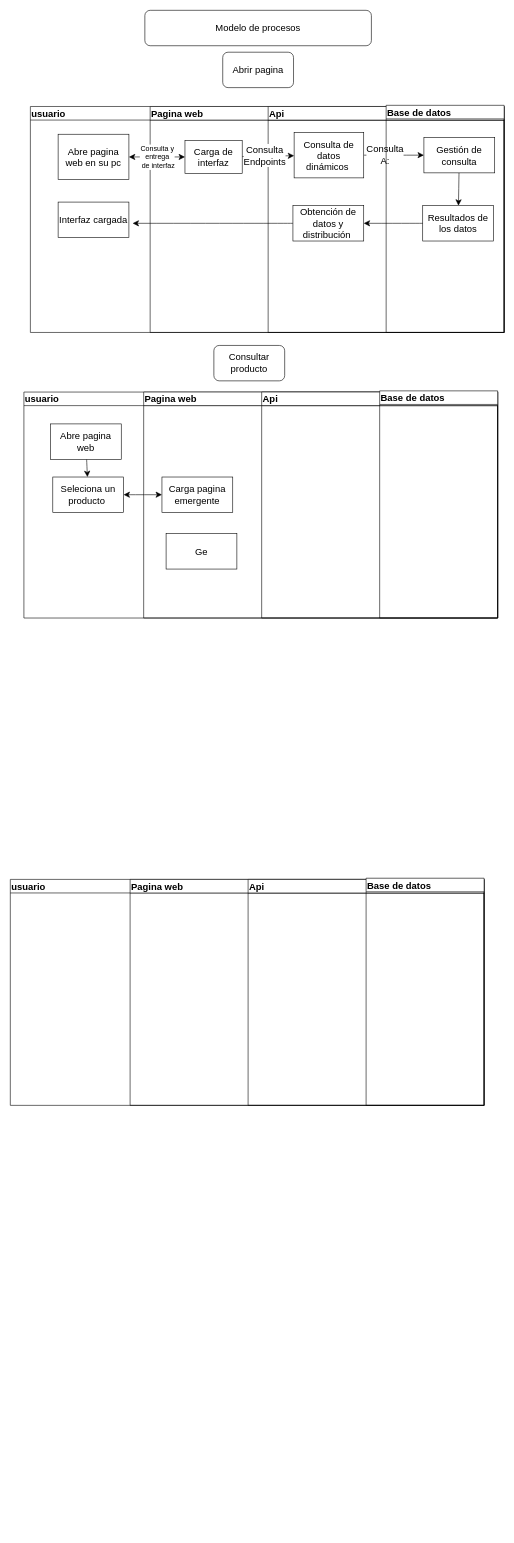
The draw.io diagram Diagrama sin título.drawio in williansbriones/base_de_datos_clases, before the edit. Source tidied: cells renumbered, new cells numbered last; positions are measured from the earlier drawing's top-left corner, leaving out a move shared by most shapes. Both pictures are drawn from the tidied source at 59%, with x=0, y=0 at pixel (10, 10).
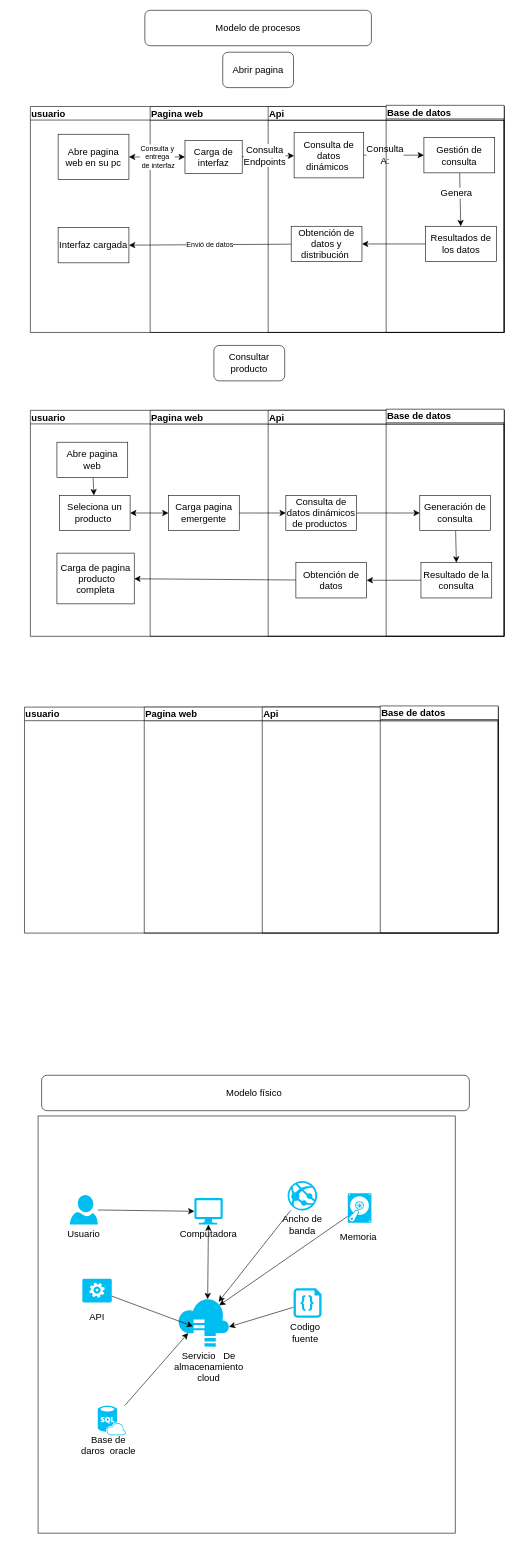
The same diagram, later.

Unchanged cells that the change refers to:
```xml
<mxCell id="3" value="Pagina web" style="swimlane;whiteSpace=wrap;html=1;fontSize=16;align=left;" parent="2" vertex="1">
  <mxGeometry x="203" width="600" height="383" as="geometry" />
</mxCell>
<mxCell id="4" value="Api" style="swimlane;whiteSpace=wrap;html=1;fontSize=16;align=left;" parent="3" vertex="1">
  <mxGeometry x="200" width="400" height="383" as="geometry" />
</mxCell>
<mxCell id="5" value="Base de datos" style="swimlane;whiteSpace=wrap;html=1;fontSize=16;align=left;" parent="4" vertex="1">
  <mxGeometry x="200" y="-2" width="200" height="385" as="geometry" />
</mxCell>
<mxCell id="6" value="Carga pagina emergente" style="rounded=0;whiteSpace=wrap;html=1;fontSize=16;" parent="3" vertex="1">
  <mxGeometry x="31" y="144" width="120" height="60" as="geometry" />
</mxCell>
<mxCell id="13" value="&lt;div style=&quot;&quot;&gt;usuario&lt;/div&gt;" style="swimlane;whiteSpace=wrap;html=1;fontSize=16;align=left;" parent="1" vertex="1">
  <mxGeometry x="34" y="163" width="803" height="383" as="geometry" />
</mxCell>
<mxCell id="15" value="Api" style="swimlane;whiteSpace=wrap;html=1;fontSize=16;align=left;" parent="14" vertex="1">
  <mxGeometry x="200" width="400" height="383" as="geometry" />
</mxCell>
<mxCell id="18" value="Base de datos" style="swimlane;whiteSpace=wrap;html=1;fontSize=16;align=left;" parent="15" vertex="1">
  <mxGeometry x="200" y="-2" width="200" height="385" as="geometry" />
</mxCell>
<mxCell id="19" style="edgeStyle=none;curved=1;rounded=0;jettySize=auto;html=1;fontSize=12;startSize=8;endSize=8;" parent="18" edge="1" source="20" target="21">
  <mxGeometry relative="1" as="geometry" />
</mxCell>
```

The edit, as a diff of the source:
```diff
@@
     <mxCell id="2" value="&lt;div style=&quot;&quot;&gt;usuario&lt;/div&gt;" style="swimlane;whiteSpace=wrap;html=1;fontSize=16;align=left;" parent="1" vertex="1">
-      <mxGeometry x="23" y="647" width="803" height="383" as="geometry" />
+      <mxGeometry x="34" y="678" width="803" height="383" as="geometry" />
     </mxCell>
@@
+    <mxCell id="38" style="edgeStyle=none;curved=1;rounded=0;jettySize=auto;html=1;entryX=0.5;entryY=0;entryDx=0;entryDy=0;fontSize=12;startSize=8;endSize=8;" parent="5" edge="1" source="39" target="40">
+      <mxGeometry relative="1" as="geometry" />
+    </mxCell>
+    <mxCell id="39" value="Generación de consulta" style="rounded=0;whiteSpace=wrap;html=1;fontSize=16;" parent="5" vertex="1">
+      <mxGeometry x="57" y="146" width="120" height="60" as="geometry" />
+    </mxCell>
+    <mxCell id="40" value="Resultado de la consulta" style="rounded=0;whiteSpace=wrap;html=1;fontSize=16;" parent="5" vertex="1">
+      <mxGeometry x="59" y="260" width="120" height="60" as="geometry" />
+    </mxCell>
+    <mxCell id="41" style="edgeStyle=none;curved=1;rounded=0;jettySize=auto;html=1;entryX=0;entryY=0.5;entryDx=0;entryDy=0;fontSize=12;startSize=8;endSize=8;" parent="4" edge="1" source="7" target="39">
+      <mxGeometry relative="1" as="geometry" />
+    </mxCell>
+    <mxCell id="7" value="Consulta de datos dinámicos de productos&amp;nbsp;" style="rounded=0;whiteSpace=wrap;html=1;fontSize=16;" parent="4" vertex="1">
+      <mxGeometry x="30" y="144" width="120" height="60" as="geometry" />
+    </mxCell>
+    <mxCell id="42" value="Obtención de datos" style="rounded=0;whiteSpace=wrap;html=1;fontSize=16;" parent="4" vertex="1">
+      <mxGeometry x="47" y="258" width="120" height="60" as="geometry" />
+    </mxCell>
+    <mxCell id="43" style="edgeStyle=none;curved=1;rounded=0;jettySize=auto;html=1;fontSize=12;startSize=8;endSize=8;" parent="4" edge="1" source="40" target="42">
+      <mxGeometry relative="1" as="geometry" />
+    </mxCell>
+    <mxCell id="44" style="edgeStyle=none;curved=1;rounded=0;jettySize=auto;html=1;entryX=0;entryY=0.5;entryDx=0;entryDy=0;fontSize=12;startSize=8;endSize=8;" parent="3" edge="1" source="6" target="7">
+      <mxGeometry relative="1" as="geometry" />
+    </mxCell>
@@
-    <mxCell id="7" value="Ge" style="rounded=0;whiteSpace=wrap;html=1;fontSize=16;" parent="3" vertex="1">
-      <mxGeometry x="38" y="240" width="120" height="60" as="geometry" />
-    </mxCell>
@@
+    <mxCell id="45" value="Carga de pagina &amp;nbsp;producto completa" style="rounded=0;whiteSpace=wrap;html=1;fontSize=16;" parent="2" vertex="1">
+      <mxGeometry x="45" y="242" width="131" height="86" as="geometry" />
+    </mxCell>
+    <mxCell id="46" style="edgeStyle=none;curved=1;rounded=0;jettySize=auto;html=1;fontSize=12;startSize=8;endSize=8;" parent="2" edge="1" source="42" target="45">
+      <mxGeometry relative="1" as="geometry" />
+    </mxCell>
@@
+    <mxCell id="47" value="Genera" style="edgeLabel;html=1;align=center;verticalAlign=middle;fontSize=16;" parent="19" vertex="1">
+      <mxGeometry x="-0.25" y="-7" relative="1" as="geometry" />
+    </mxCell>
@@
     <mxCell id="21" value="Resultados de los datos" style="rounded=0;whiteSpace=wrap;html=1;fontSize=16;" parent="18" vertex="1">
-      <mxGeometry x="62" y="170" width="120" height="60" as="geometry" />
+      <mxGeometry x="67" y="205" width="120" height="60" as="geometry" />
     </mxCell>
@@
-    <mxCell id="23" style="edgeStyle=none;curved=1;rounded=0;jettySize=auto;html=1;fontSize=12;startSize=8;endSize=8;" parent="15" edge="1" source="24">
-      <mxGeometry relative="1" as="geometry">
-        <mxPoint x="-229.7" y="198" as="targetPoint" />
-      </mxGeometry>
-    </mxCell>
     <mxCell id="24" value="Obtención de datos y distribución&amp;nbsp;" style="rounded=0;whiteSpace=wrap;html=1;fontSize=16;" parent="15" vertex="1">
-      <mxGeometry x="42" y="168" width="120" height="60" as="geometry" />
+      <mxGeometry x="39" y="203" width="120" height="60" as="geometry" />
     </mxCell>
@@
     <mxCell id="31" value="Interfaz cargada" style="rounded=0;whiteSpace=wrap;html=1;fontSize=16;" parent="13" vertex="1">
-      <mxGeometry x="47" y="162" width="120" height="60" as="geometry" />
+      <mxGeometry x="47" y="205" width="120" height="60" as="geometry" />
     </mxCell>
+    <mxCell id="23" value="Envió de datos" style="edgeStyle=none;curved=1;rounded=0;jettySize=auto;html=1;fontSize=12;startSize=8;endSize=8;entryX=1;entryY=0.5;entryDx=0;entryDy=0;" parent="13" edge="1" source="24" target="31">
+      <mxGeometry relative="1" as="geometry" />
+    </mxCell>
@@
     <mxCell id="34" value="&lt;div style=&quot;&quot;&gt;usuario&lt;/div&gt;" style="swimlane;whiteSpace=wrap;html=1;fontSize=16;align=left;" parent="1" vertex="1">
-      <mxGeometry y="1473" width="803" height="383" as="geometry" />
+      <mxGeometry x="24" y="1181" width="803" height="383" as="geometry" />
     </mxCell>
@@
+    <mxCell id="48" value="Modelo físico&amp;nbsp;" style="rounded=1;whiteSpace=wrap;html=1;fontSize=16;" parent="1" vertex="1">
+      <mxGeometry x="53" y="1805" width="725" height="60" as="geometry" />
+    </mxCell>
+    <mxCell id="49" style="whiteSpace=wrap;html=1;fontSize=16;" parent="1" vertex="1">
+      <mxGeometry x="47" y="1874" width="707" height="707" as="geometry" />
+    </mxCell>
+    <mxCell id="50" value="Usuario" style="text;html=1;strokeColor=none;fillColor=none;align=center;verticalAlign=middle;whiteSpace=wrap;rounded=0;fontSize=16;" parent="1" vertex="1">
+      <mxGeometry x="91" y="2060" width="67" height="26" as="geometry" />
+    </mxCell>
+    <mxCell id="51" value="Computadora" style="text;html=1;strokeColor=none;fillColor=none;align=center;verticalAlign=middle;whiteSpace=wrap;rounded=0;fontSize=16;" parent="1" vertex="1">
+      <mxGeometry x="306" y="2058" width="60" height="30" as="geometry" />
+    </mxCell>
+    <mxCell id="52" style="edgeStyle=none;curved=1;rounded=0;jettySize=auto;html=1;entryX=0.58;entryY=0.02;entryDx=0;entryDy=0;entryPerimeter=0;fontSize=12;startSize=8;endSize=8;startArrow=classic;startFill=1;" parent="1" edge="1" source="53" target="56">
+      <mxGeometry relative="1" as="geometry" />
+    </mxCell>
+    <mxCell id="53" style="verticalLabelPosition=bottom;html=1;verticalAlign=top;align=center;strokeColor=none;fillColor=#00BEF2;shape=mxgraph.azure.computer;fontSize=16;" parent="1" vertex="1">
+      <mxGeometry x="312" y="2013" width="48" height="45" as="geometry" />
+    </mxCell>
+    <mxCell id="54" style="edgeStyle=none;curved=1;rounded=0;jettySize=auto;html=1;entryX=0;entryY=0.5;entryDx=0;entryDy=0;entryPerimeter=0;fontSize=12;startSize=8;endSize=8;" parent="1" edge="1" source="55" target="53">
+      <mxGeometry relative="1" as="geometry" />
+    </mxCell>
+    <mxCell id="55" style="verticalLabelPosition=bottom;html=1;verticalAlign=top;align=center;strokeColor=none;fillColor=#00BEF2;shape=mxgraph.azure.user;fontSize=16;" parent="1" vertex="1">
+      <mxGeometry x="100.8" y="2008" width="47.5" height="50" as="geometry" />
+    </mxCell>
+    <mxCell id="56" style="verticalLabelPosition=bottom;html=1;verticalAlign=top;align=center;strokeColor=none;fillColor=#00BEF2;shape=mxgraph.azure.storsimple;fontSize=16;" parent="1" vertex="1">
+      <mxGeometry x="284" y="2183" width="87" height="82" as="geometry" />
+    </mxCell>
+    <mxCell id="57" value="Servicio &amp;nbsp; De almacenamiento cloud" style="text;html=1;strokeColor=none;fillColor=none;align=center;verticalAlign=middle;whiteSpace=wrap;rounded=0;fontSize=16;" parent="1" vertex="1">
+      <mxGeometry x="275.5" y="2268" width="121" height="61" as="geometry" />
+    </mxCell>
+    <mxCell id="58" style="edgeStyle=none;curved=1;rounded=0;jettySize=auto;html=1;entryX=0.2;entryY=0.72;entryDx=0;entryDy=0;entryPerimeter=0;fontSize=12;startSize=8;endSize=8;" parent="1" edge="1" source="59" target="56">
+      <mxGeometry relative="1" as="geometry" />
+    </mxCell>
+    <mxCell id="59" style="verticalLabelPosition=bottom;html=1;verticalAlign=top;align=center;strokeColor=none;fillColor=#00BEF2;shape=mxgraph.azure.sql_database_sql_azure;fontSize=16;" parent="1" vertex="1">
+      <mxGeometry x="148.2" y="2365" width="47.5" height="50" as="geometry" />
+    </mxCell>
+    <mxCell id="60" value="Base de daros &amp;nbsp;oracle" style="text;html=1;strokeColor=none;fillColor=none;align=center;verticalAlign=middle;whiteSpace=wrap;rounded=0;fontSize=16;" parent="1" vertex="1">
+      <mxGeometry x="118" y="2415" width="97" height="33" as="geometry" />
+    </mxCell>
+    <mxCell id="61" style="edgeStyle=none;curved=1;rounded=0;jettySize=auto;html=1;fontSize=12;startSize=8;endSize=8;entryX=0.995;entryY=0.59;entryDx=0;entryDy=0;entryPerimeter=0;" parent="1" edge="1" source="62" target="56">
+      <mxGeometry relative="1" as="geometry" />
+    </mxCell>
+    <mxCell id="62" style="verticalLabelPosition=bottom;html=1;verticalAlign=top;align=center;strokeColor=none;fillColor=#00BEF2;shape=mxgraph.azure.code_file;fontSize=16;" parent="1" vertex="1">
+      <mxGeometry x="480" y="2166" width="47.5" height="50" as="geometry" />
+    </mxCell>
+    <mxCell id="63" value="Codigo fuente" style="text;html=1;strokeColor=none;fillColor=none;align=center;verticalAlign=middle;whiteSpace=wrap;rounded=0;fontSize=16;" parent="1" vertex="1">
+      <mxGeometry x="470" y="2226" width="60" height="30" as="geometry" />
+    </mxCell>
+    <mxCell id="64" style="edgeStyle=none;curved=1;rounded=0;jettySize=auto;html=1;fontSize=12;startSize=8;endSize=8;" parent="1" edge="1" source="65">
+      <mxGeometry relative="1" as="geometry">
+        <mxPoint x="309.5" y="2230.5" as="targetPoint" />
+      </mxGeometry>
+    </mxCell>
+    <mxCell id="65" style="verticalLabelPosition=bottom;html=1;verticalAlign=top;align=center;strokeColor=none;fillColor=#00BEF2;shape=mxgraph.azure.worker_role;fontSize=16;" parent="1" vertex="1">
+      <mxGeometry x="122" y="2150" width="50" height="40" as="geometry" />
+    </mxCell>
+    <mxCell id="66" value="API" style="text;html=1;strokeColor=none;fillColor=none;align=center;verticalAlign=middle;whiteSpace=wrap;rounded=0;fontSize=16;" parent="1" vertex="1">
+      <mxGeometry x="117" y="2199" width="60" height="30" as="geometry" />
+    </mxCell>
+    <mxCell id="67" style="edgeStyle=none;curved=1;rounded=0;jettySize=auto;html=1;fontSize=12;startSize=8;endSize=8;" parent="1" edge="1" source="68">
+      <mxGeometry relative="1" as="geometry">
+        <mxPoint x="354" y="2195" as="targetPoint" />
+      </mxGeometry>
+    </mxCell>
+    <mxCell id="68" style="verticalLabelPosition=bottom;html=1;verticalAlign=top;align=center;strokeColor=none;fillColor=#00BEF2;shape=mxgraph.azure.vhd;fontSize=16;" parent="1" vertex="1">
+      <mxGeometry x="572" y="2005" width="40" height="50" as="geometry" />
+    </mxCell>
+    <mxCell id="69" value="Memoria" style="text;html=1;strokeColor=none;fillColor=none;align=center;verticalAlign=middle;whiteSpace=wrap;rounded=0;fontSize=16;" parent="1" vertex="1">
+      <mxGeometry x="560" y="2058" width="60" height="40" as="geometry" />
+    </mxCell>
+    <mxCell id="70" style="edgeStyle=none;curved=1;rounded=0;jettySize=auto;html=1;fontSize=12;startSize=8;endSize=8;" parent="1" edge="1" source="71">
+      <mxGeometry relative="1" as="geometry">
+        <mxPoint x="353" y="2189" as="targetPoint" />
+      </mxGeometry>
+    </mxCell>
+    <mxCell id="71" style="verticalLabelPosition=bottom;html=1;verticalAlign=top;align=center;strokeColor=none;fillColor=#00BEF2;shape=mxgraph.azure.azure_website;fontSize=16;" parent="1" vertex="1">
+      <mxGeometry x="470" y="1984" width="50" height="50" as="geometry" />
+    </mxCell>
+    <mxCell id="72" value="Ancho de banda" style="text;html=1;strokeColor=none;fillColor=none;align=center;verticalAlign=middle;whiteSpace=wrap;rounded=0;fontSize=16;" parent="1" vertex="1">
+      <mxGeometry x="454" y="2044" width="82" height="28" as="geometry" />
+    </mxCell>
```
